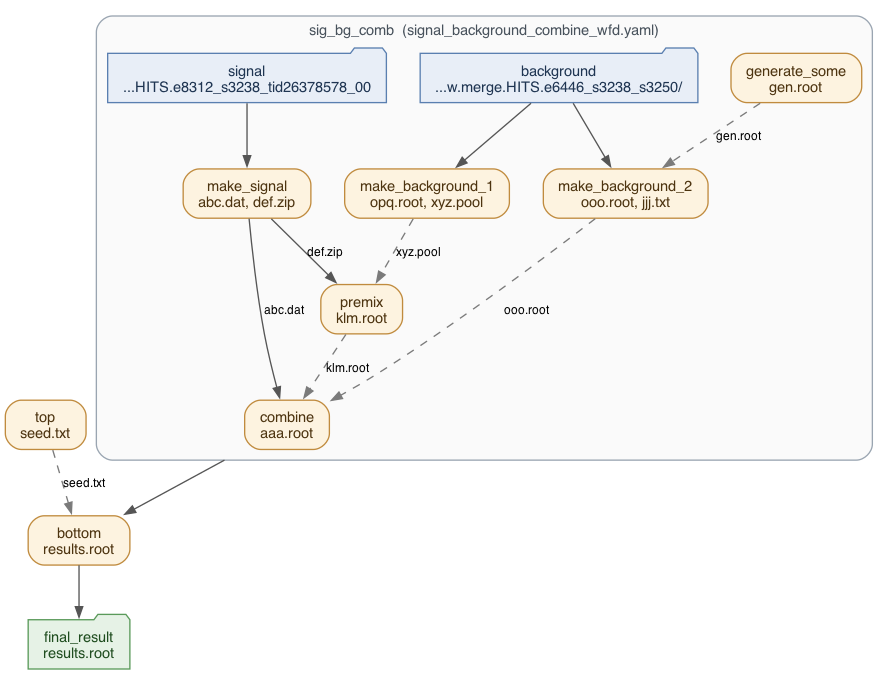
This is docs/source/client/native_workflow/images/pchain_native_dag_nested_workflow_sig_bg_comb_wfd.png from PanDAWMS/panda-docs, a Graphviz export, as it was before one commit. Its source is kept beside it as docs/source/client/native_workflow/dag/pchain_native_dag_nested_workflow_sig_bg_comb_wfd.dot.
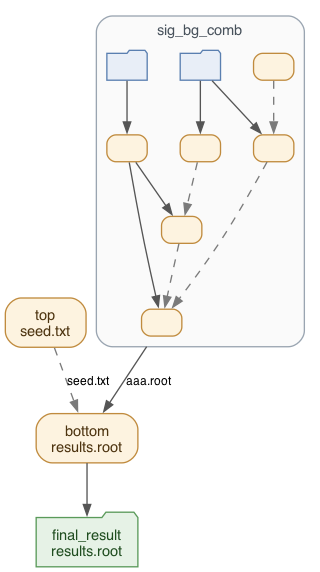
After the change.

Change to the diagram source:
```diff
@@ -7,28 +7,28 @@
 
   "top" [label="top\nseed.txt", shape=box, style="rounded,filled", fillcolor="#fdf3e0", color="#c08b3e", fontcolor="#4d3410"];
   subgraph "cluster_sig_bg_comb" {
-    label="sig_bg_comb  (signal_background_combine_wfd.yaml)";
+    label="sig_bg_comb";
     graph [style="rounded,filled", fillcolor="#fafafa", color="#9aa5b1", fontcolor="#48525c", fontsize=11];
-    "sig_bg_comb__in_signal" [label="signal\n...HITS.e8312_s3238_tid26378578_00", shape=folder, style=filled, fillcolor="#e8eef7", color="#5a7fb0", fontcolor="#1f3552"];
-    "sig_bg_comb__in_background" [label="background\n...w.merge.HITS.e6446_s3238_s3250/", shape=folder, style=filled, fillcolor="#e8eef7", color="#5a7fb0", fontcolor="#1f3552"];
-    "sig_bg_comb__make_signal" [label="make_signal\nabc.dat, def.zip", shape=box, style="rounded,filled", fillcolor="#fdf3e0", color="#c08b3e", fontcolor="#4d3410"];
-    "sig_bg_comb__make_background_1" [label="make_background_1\nopq.root, xyz.pool", shape=box, style="rounded,filled", fillcolor="#fdf3e0", color="#c08b3e", fontcolor="#4d3410"];
-    "sig_bg_comb__generate_some" [label="generate_some\ngen.root", shape=box, style="rounded,filled", fillcolor="#fdf3e0", color="#c08b3e", fontcolor="#4d3410"];
-    "sig_bg_comb__premix" [label="premix\nklm.root", shape=box, style="rounded,filled", fillcolor="#fdf3e0", color="#c08b3e", fontcolor="#4d3410"];
-    "sig_bg_comb__make_background_2" [label="make_background_2\nooo.root, jjj.txt", shape=box, style="rounded,filled", fillcolor="#fdf3e0", color="#c08b3e", fontcolor="#4d3410"];
-    "sig_bg_comb__combine" [label="combine\naaa.root", shape=box, style="rounded,filled", fillcolor="#fdf3e0", color="#c08b3e", fontcolor="#4d3410"];
+    "sig_bg_comb__in_signal" [label="", fixedsize=true, width=0.42, height=0.28, shape=folder, style=filled, fillcolor="#e8eef7", color="#5a7fb0", fontcolor="#1f3552"];
+    "sig_bg_comb__in_background" [label="", fixedsize=true, width=0.42, height=0.28, shape=folder, style=filled, fillcolor="#e8eef7", color="#5a7fb0", fontcolor="#1f3552"];
+    "sig_bg_comb__make_signal" [label="", fixedsize=true, width=0.42, height=0.28, shape=box, style="rounded,filled", fillcolor="#fdf3e0", color="#c08b3e", fontcolor="#4d3410"];
+    "sig_bg_comb__make_background_1" [label="", fixedsize=true, width=0.42, height=0.28, shape=box, style="rounded,filled", fillcolor="#fdf3e0", color="#c08b3e", fontcolor="#4d3410"];
+    "sig_bg_comb__generate_some" [label="", fixedsize=true, width=0.42, height=0.28, shape=box, style="rounded,filled", fillcolor="#fdf3e0", color="#c08b3e", fontcolor="#4d3410"];
+    "sig_bg_comb__premix" [label="", fixedsize=true, width=0.42, height=0.28, shape=box, style="rounded,filled", fillcolor="#fdf3e0", color="#c08b3e", fontcolor="#4d3410"];
+    "sig_bg_comb__make_background_2" [label="", fixedsize=true, width=0.42, height=0.28, shape=box, style="rounded,filled", fillcolor="#fdf3e0", color="#c08b3e", fontcolor="#4d3410"];
+    "sig_bg_comb__combine" [label="", fixedsize=true, width=0.42, height=0.28, shape=box, style="rounded,filled", fillcolor="#fdf3e0", color="#c08b3e", fontcolor="#4d3410"];
     "sig_bg_comb__in_signal" -> "sig_bg_comb__make_signal";
     "sig_bg_comb__in_background" -> "sig_bg_comb__make_background_1";
-    "sig_bg_comb__make_signal" -> "sig_bg_comb__premix" [label="def.zip"];
-    "sig_bg_comb__make_background_1" -> "sig_bg_comb__premix" [label="xyz.pool", style=dashed, color="#7a7a7a"];
+    "sig_bg_comb__make_signal" -> "sig_bg_comb__premix";
+    "sig_bg_comb__make_background_1" -> "sig_bg_comb__premix" [style=dashed, color="#7a7a7a"];
     "sig_bg_comb__in_background" -> "sig_bg_comb__make_background_2";
-    "sig_bg_comb__generate_some" -> "sig_bg_comb__make_background_2" [label="gen.root", style=dashed, color="#7a7a7a"];
-    "sig_bg_comb__make_signal" -> "sig_bg_comb__combine" [label="abc.dat"];
-    "sig_bg_comb__premix" -> "sig_bg_comb__combine" [label="klm.root", style=dashed, color="#7a7a7a"];
-    "sig_bg_comb__make_background_2" -> "sig_bg_comb__combine" [label="ooo.root", style=dashed, color="#7a7a7a"];
+    "sig_bg_comb__generate_some" -> "sig_bg_comb__make_background_2" [style=dashed, color="#7a7a7a"];
+    "sig_bg_comb__make_signal" -> "sig_bg_comb__combine";
+    "sig_bg_comb__premix" -> "sig_bg_comb__combine" [style=dashed, color="#7a7a7a"];
+    "sig_bg_comb__make_background_2" -> "sig_bg_comb__combine" [style=dashed, color="#7a7a7a"];
   }
   "bottom" [label="bottom\nresults.root", shape=box, style="rounded,filled", fillcolor="#fdf3e0", color="#c08b3e", fontcolor="#4d3410"];
-  "sig_bg_comb__combine" -> "bottom" [ltail="cluster_sig_bg_comb"];
+  "sig_bg_comb__combine" -> "bottom" [label="aaa.root", ltail="cluster_sig_bg_comb"];
   "top" -> "bottom" [label="seed.txt", style=dashed, color="#7a7a7a"];
   "out_final_result" [label="final_result\nresults.root", shape=folder, style=filled, fillcolor="#e6f2e6", color="#5a9a5a", fontcolor="#1f4d1f"];
   "bottom" -> "out_final_result";
```
